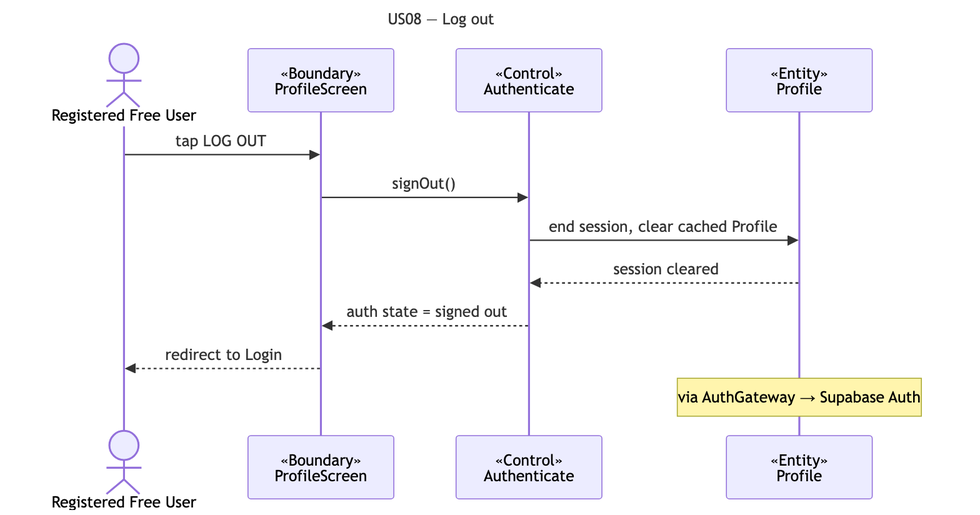
The Mermaid diagram docs/deliverables/sequence-diagrams/US08-log-out.png in cyuanjun/FYP-26-S2-37-app, before a commit. Its source is kept beside it as docs/deliverables/sequence-diagrams/src/US08-log-out.mmd.
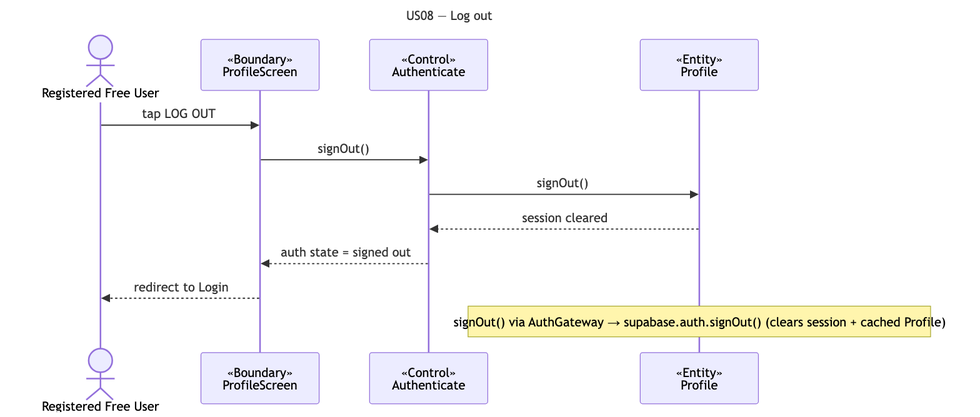
After the change.

Change to the diagram source:
```diff
@@ -8,8 +8,8 @@
   participant E as «Entity»<br/>Profile
   A->>B: tap LOG OUT
   B->>C: signOut()
-  C->>E: end session, clear cached Profile
+  C->>E: signOut()
   E-->>C: session cleared
   C-->>B: auth state = signed out
   B-->>A: redirect to Login
-  note over E: via AuthGateway → Supabase Auth
+  note over E: signOut() via AuthGateway → supabase.auth.signOut() (clears session + cached Profile)
```
